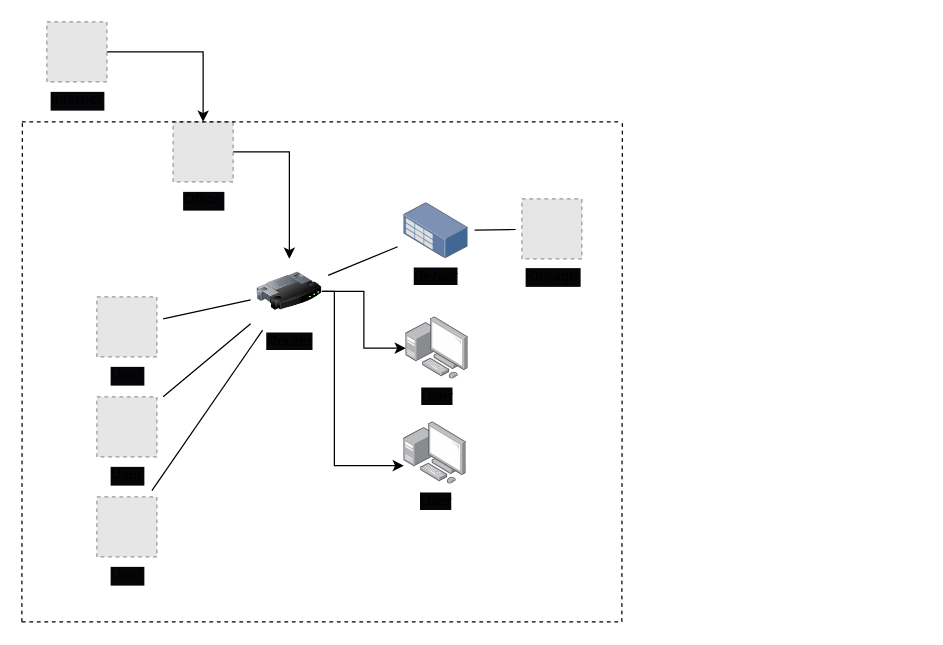
This is Topology&FlowCharts/CGINetwork.drawio from knonsense/Documentation, a draw.io file, before an edit. Source tidied: cells renumbered, new cells numbered last; positions are measured from the earlier drawing's top-left corner, leaving out a move shared by most shapes. Both pictures are drawn from the tidied source at 125%, with x=0, y=0 at pixel (21, 21). Pictures stored in the file or linked from it are replaced by grey dashed boxes.
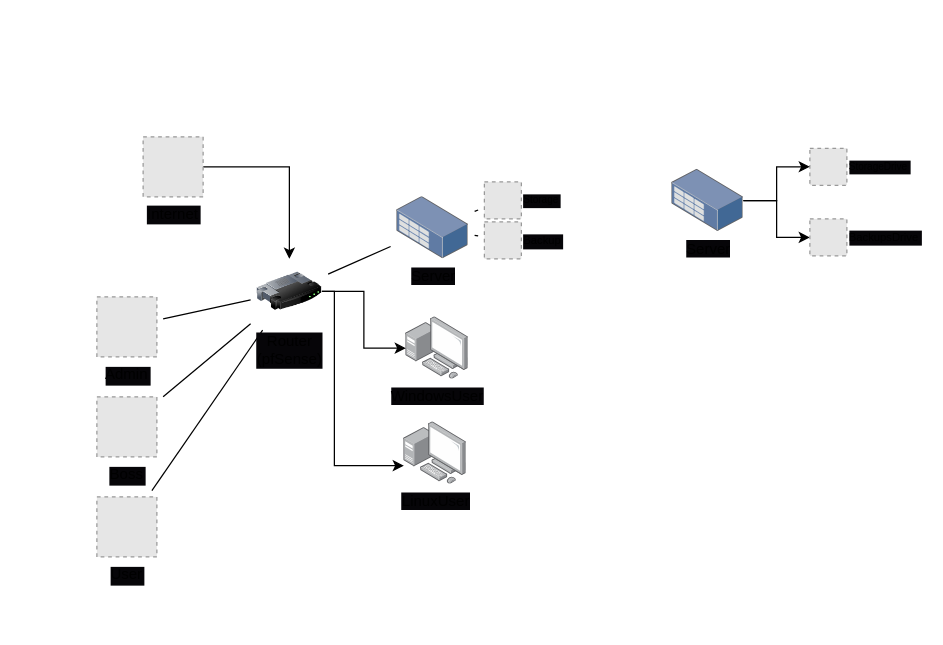
The same page after the edit.

Commit message (it also covers changes not shown here):
fixing team members and links

What changed in the source:
```diff
@@
-    <mxCell id="6" value="Storage" style="fillColor=#E6E6E6;strokeColor=#999999;dashed=1;verticalLabelPosition=bottom;verticalAlign=top;labelBackgroundColor=#060508;" parent="1" vertex="1">
-      <mxGeometry x="400" y="141.6" width="48" height="48" as="geometry" />
+    <mxCell id="6" value="Storage" style="fillColor=#E6E6E6;strokeColor=#999999;dashed=1;verticalLabelPosition=middle;verticalAlign=middle;labelBackgroundColor=#060508;fontSize=8;labelPosition=right;align=left;" parent="1" vertex="1">
+      <mxGeometry x="370" y="128" width="29.6" height="29.6" as="geometry" />
     </mxCell>
-    <mxCell id="7" style="edgeStyle=orthogonalEdgeStyle;rounded=0;jettySize=auto;html=1;exitX=1;exitY=0.5;exitDx=0;exitDy=0;labelBackgroundColor=#060508;" parent="1" edge="1" source="8" target="18">
+    <mxCell id="7" style="edgeStyle=orthogonalEdgeStyle;rounded=0;jettySize=auto;html=1;exitX=1;exitY=0.5;exitDx=0;exitDy=0;labelBackgroundColor=#060508;" parent="1" edge="1" source="8" target="16">
       <mxGeometry relative="1" as="geometry" />
     </mxCell>
     <mxCell id="8" value="Internet" style="fillColor=#E6E6E6;strokeColor=#999999;dashed=1;verticalLabelPosition=bottom;verticalAlign=top;labelBackgroundColor=#060508;" parent="1" vertex="1">
-      <mxGeometry x="20" width="48" height="48" as="geometry" />
+      <mxGeometry x="97" y="91.9" width="48" height="48" as="geometry" />
     </mxCell>
@@
-    <mxCell id="10" value="User" style="fillColor=#E6E6E6;strokeColor=#999999;dashed=1;verticalLabelPosition=bottom;verticalAlign=top;labelBackgroundColor=#060508;" parent="1" vertex="1">
+    <mxCell id="10" value="Admin" style="fillColor=#E6E6E6;strokeColor=#999999;dashed=1;verticalLabelPosition=bottom;verticalAlign=top;labelBackgroundColor=#060508;" parent="1" vertex="1">
       <mxGeometry x="60" y="220" width="48" height="48" as="geometry" />
     </mxCell>
-    <mxCell id="11" value="User" style="fillColor=#E6E6E6;strokeColor=#999999;dashed=1;verticalLabelPosition=bottom;verticalAlign=top;labelBackgroundColor=#060508;" parent="1" vertex="1">
+    <mxCell id="11" value="Boss" style="fillColor=#E6E6E6;strokeColor=#999999;dashed=1;verticalLabelPosition=bottom;verticalAlign=top;labelBackgroundColor=#060508;" parent="1" vertex="1">
       <mxGeometry x="60" y="300" width="48" height="48" as="geometry" />
     </mxCell>
-    <mxCell id="12" value="User" style="image;points=[];html=1;align=center;shadow=0;dashed=0;image=img/lib/allied_telesis/computer_and_terminals/Personal_Computer_with_Server.svg;labelBackgroundColor=#060508;" parent="1" vertex="1">
+    <mxCell id="12" value="WindowsUser" style="image;points=[];html=1;align=center;shadow=0;dashed=0;image=img/lib/allied_telesis/computer_and_terminals/Personal_Computer_with_Server.svg;labelBackgroundColor=#060508;" parent="1" vertex="1">
       <mxGeometry x="307.2" y="236" width="50" height="50" as="geometry" />
     </mxCell>
     <mxCell id="13" value="Server" style="image;points=[];html=1;align=center;shadow=0;dashed=0;image=img/lib/allied_telesis/storage/Datacenter_Server_Rack_Storage_Unit_Small.svg;labelBackgroundColor=#060508;" parent="1" vertex="1">
-      <mxGeometry x="305.6" y="144.8" width="51.6" height="44.8" as="geometry" />
+      <mxGeometry x="300" y="139.9" width="57.2" height="49.7" as="geometry" />
     </mxCell>
@@
-    <mxCell id="16" value="Router" style="image;html=1;image=img/lib/clip_art/networking/Router_128x128.png;labelBackgroundColor=#060508;" parent="1" vertex="1">
+    <mxCell id="16" value="Router&lt;br&gt;(pfSense)" style="image;html=1;image=img/lib/clip_art/networking/Router_128x128.png;labelBackgroundColor=#060508;" parent="1" vertex="1">
       <mxGeometry x="188" y="189.6" width="52" height="52" as="geometry" />
     </mxCell>
-    <mxCell id="17" style="edgeStyle=orthogonalEdgeStyle;rounded=0;jettySize=auto;html=1;labelBackgroundColor=#060508;" parent="1" edge="1" source="18" target="16">
-      <mxGeometry relative="1" as="geometry" />
-    </mxCell>
-    <mxCell id="18" value="Office" style="fillColor=#E6E6E6;strokeColor=#999999;dashed=1;verticalLabelPosition=bottom;verticalAlign=top;labelBackgroundColor=#060508;" parent="1" vertex="1">
-      <mxGeometry x="121" y="80" width="48" height="48" as="geometry" />
-    </mxCell>
-    <mxCell id="19" value="User" style="image;points=[];html=1;align=center;shadow=0;dashed=0;image=img/lib/allied_telesis/computer_and_terminals/Personal_Computer_with_Server.svg;labelBackgroundColor=#060508;" parent="1" vertex="1">
+    <mxCell id="19" value="LinuxUser" style="image;points=[];html=1;align=center;shadow=0;dashed=0;image=img/lib/allied_telesis/computer_and_terminals/Personal_Computer_with_Server.svg;labelBackgroundColor=#060508;" parent="1" vertex="1">
       <mxGeometry x="305.6" y="320" width="50" height="50" as="geometry" />
     </mxCell>
@@
-    <mxCell id="21" style="endArrow=none;dashed=1;html=1;rounded=0;labelBackgroundColor=#060508;" parent="1" edge="1">
-      <mxGeometry relative="1" as="geometry">
-        <mxPoint y="480" as="sourcePoint" />
-        <mxPoint x="0.4" y="80" as="targetPoint" />
-      </mxGeometry>
-    </mxCell>
-    <mxCell id="22" style="endArrow=none;dashed=1;html=1;rounded=0;labelBackgroundColor=#060508;" parent="1" edge="1">
-      <mxGeometry relative="1" as="geometry">
-        <mxPoint x="480" y="480" as="sourcePoint" />
-        <mxPoint x="480.4" y="80" as="targetPoint" />
-      </mxGeometry>
-    </mxCell>
-    <mxCell id="23" style="endArrow=none;dashed=1;html=1;rounded=0;labelBackgroundColor=#060508;" parent="1" edge="1">
-      <mxGeometry relative="1" as="geometry">
-        <mxPoint y="480" as="sourcePoint" />
-        <mxPoint x="480" y="480" as="targetPoint" />
-      </mxGeometry>
-    </mxCell>
-    <mxCell id="24" style="endArrow=none;dashed=1;html=1;rounded=0;labelBackgroundColor=#060508;" parent="1" edge="1">
-      <mxGeometry relative="1" as="geometry">
-        <mxPoint y="80" as="sourcePoint" />
-        <mxPoint x="480" y="80" as="targetPoint" />
-      </mxGeometry>
-    </mxCell>
+    <mxCell id="25" value="Backup" style="fillColor=#E6E6E6;strokeColor=#999999;dashed=1;verticalLabelPosition=middle;verticalAlign=middle;labelBackgroundColor=#060508;fontSize=9;labelPosition=right;align=left;" parent="1" vertex="1">
+      <mxGeometry x="370" y="160" width="29.6" height="29.6" as="geometry" />
+    </mxCell>
+    <mxCell id="26" style="edgeStyle=none;rounded=0;jettySize=auto;html=1;sourcePerimeterSpacing=5;endArrow=none;endFill=0;targetPerimeterSpacing=5;labelBackgroundColor=#060508;" parent="1" edge="1" source="13" target="25">
+      <mxGeometry relative="1" as="geometry" />
+    </mxCell>
+    <mxCell id="27" style="edgeStyle=orthogonalEdgeStyle;rounded=0;jettySize=auto;html=1;" parent="1" edge="1" source="28" target="30">
+      <mxGeometry relative="1" as="geometry" />
+    </mxCell>
+    <mxCell id="28" value="Server" style="image;points=[];html=1;align=center;shadow=0;dashed=0;image=img/lib/allied_telesis/storage/Datacenter_Server_Rack_Storage_Unit_Small.svg;labelBackgroundColor=#060508;" parent="1" vertex="1">
+      <mxGeometry x="520" y="118" width="57.2" height="49.7" as="geometry" />
+    </mxCell>
+    <mxCell id="29" value="StorageDrive" style="fillColor=#E6E6E6;strokeColor=#999999;dashed=1;verticalLabelPosition=middle;verticalAlign=middle;labelBackgroundColor=#060508;fontSize=8;labelPosition=right;align=left;" parent="1" vertex="1">
+      <mxGeometry x="630.4" y="101.1" width="29.6" height="29.6" as="geometry" />
+    </mxCell>
+    <mxCell id="30" value="BackupsDrive" style="fillColor=#E6E6E6;strokeColor=#999999;dashed=1;verticalLabelPosition=middle;verticalAlign=middle;labelBackgroundColor=#060508;fontSize=9;labelPosition=right;align=left;" parent="1" vertex="1">
+      <mxGeometry x="630.4" y="157.6" width="29.6" height="29.6" as="geometry" />
+    </mxCell>
+    <mxCell id="31" style="edgeStyle=orthogonalEdgeStyle;rounded=0;jettySize=auto;html=1;" parent="1" edge="1" source="28" target="29">
+      <mxGeometry relative="1" as="geometry" />
+    </mxCell>
```
